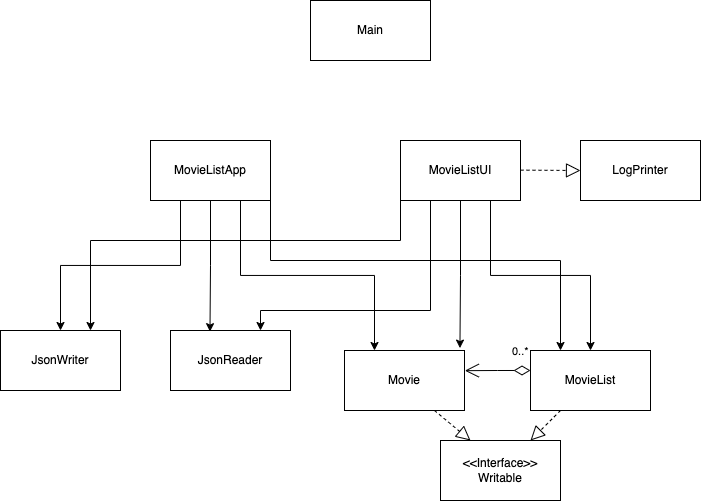
Earlier version of the draw.io export UML_Design_Diagram.png (karinajhingan/Movie-List). Source tidied: cells renumbered, new cells last; positions are measured from the earlier drawing's top-left corner, leaving out a move shared by most shapes.
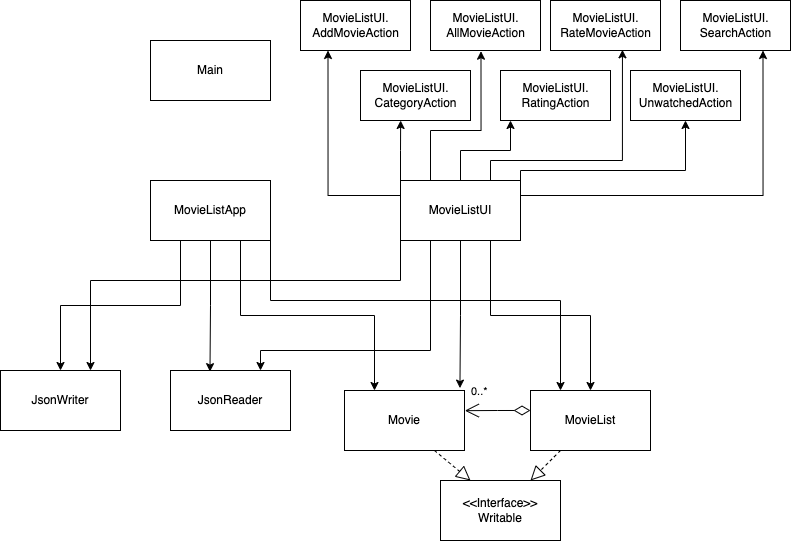
Later version of the same file.

What changed in the source:
```diff
@@ -44,6 +44,44 @@
     <mxCell id="10" style="edgeStyle=orthogonalEdgeStyle;rounded=0;jettySize=auto;html=1;exitX=0.75;exitY=1;exitDx=0;exitDy=0;" parent="1" edge="1" source="11" target="13">
       <mxGeometry relative="1" as="geometry" />
     </mxCell>
+    <mxCell id="23" style="edgeStyle=orthogonalEdgeStyle;rounded=0;jettySize=auto;html=1;exitX=0;exitY=0.25;exitDx=0;exitDy=0;entryX=0.25;entryY=1;entryDx=0;entryDy=0;" parent="1" edge="1" source="11" target="30">
+      <mxGeometry relative="1" as="geometry" />
+    </mxCell>
+    <mxCell id="24" style="edgeStyle=orthogonalEdgeStyle;rounded=0;jettySize=auto;html=1;exitX=0;exitY=0;exitDx=0;exitDy=0;entryX=0.365;entryY=1;entryDx=0;entryDy=0;entryPerimeter=0;" parent="1" edge="1" source="11" target="34">
+      <mxGeometry relative="1" as="geometry" />
+    </mxCell>
+    <mxCell id="25" style="edgeStyle=orthogonalEdgeStyle;rounded=0;jettySize=auto;html=1;exitX=0.25;exitY=0;exitDx=0;exitDy=0;entryX=0.459;entryY=1.014;entryDx=0;entryDy=0;entryPerimeter=0;" parent="1" edge="1" source="11" target="31">
+      <mxGeometry relative="1" as="geometry">
+        <Array as="points">
+          <mxPoint x="430" y="90" />
+          <mxPoint x="481" y="90" />
+        </Array>
+      </mxGeometry>
+    </mxCell>
+    <mxCell id="26" style="edgeStyle=orthogonalEdgeStyle;rounded=0;jettySize=auto;html=1;exitX=0.5;exitY=0;exitDx=0;exitDy=0;" parent="1" edge="1" source="11">
+      <mxGeometry relative="1" as="geometry">
+        <mxPoint x="510" y="80" as="targetPoint" />
+      </mxGeometry>
+    </mxCell>
+    <mxCell id="27" style="edgeStyle=orthogonalEdgeStyle;rounded=0;jettySize=auto;html=1;exitX=0.75;exitY=0;exitDx=0;exitDy=0;entryX=0.654;entryY=0.986;entryDx=0;entryDy=0;entryPerimeter=0;" parent="1" edge="1" source="11" target="32">
+      <mxGeometry relative="1" as="geometry">
+        <Array as="points">
+          <mxPoint x="490" y="120" />
+          <mxPoint x="622" y="120" />
+        </Array>
+      </mxGeometry>
+    </mxCell>
+    <mxCell id="28" style="edgeStyle=orthogonalEdgeStyle;rounded=0;jettySize=auto;html=1;exitX=1;exitY=0;exitDx=0;exitDy=0;" parent="1" edge="1" source="11" target="35">
+      <mxGeometry relative="1" as="geometry">
+        <Array as="points">
+          <mxPoint x="520" y="130" />
+          <mxPoint x="685" y="130" />
+        </Array>
+      </mxGeometry>
+    </mxCell>
+    <mxCell id="29" style="edgeStyle=orthogonalEdgeStyle;rounded=0;jettySize=auto;html=1;exitX=1;exitY=0.25;exitDx=0;exitDy=0;entryX=0.75;entryY=1;entryDx=0;entryDy=0;" parent="1" edge="1" source="11" target="33">
+      <mxGeometry relative="1" as="geometry" />
+    </mxCell>
     <mxCell id="11" value="MovieListUI" style="rounded=0;whiteSpace=wrap;html=1;" parent="1" vertex="1">
       <mxGeometry x="400" y="140" width="120" height="60" as="geometry" />
     </mxCell>
@@ -63,7 +101,7 @@
       <mxGeometry y="330" width="120" height="60" as="geometry" />
     </mxCell>
     <mxCell id="17" value="Main" style="rounded=0;whiteSpace=wrap;html=1;" parent="1" vertex="1">
-      <mxGeometry x="310" width="120" height="60" as="geometry" />
+      <mxGeometry x="150" width="120" height="60" as="geometry" />
     </mxCell>
     <mxCell id="18" style="endArrow=block;dashed=1;endFill=0;endSize=12;html=1;rounded=0;entryX=0.75;entryY=0;entryDx=0;entryDy=0;exitX=0.25;exitY=1;exitDx=0;exitDy=0;" parent="1" edge="1" source="13" target="14">
       <mxGeometry relative="1" as="geometry" />
@@ -72,16 +110,28 @@
       <mxGeometry relative="1" as="geometry" />
     </mxCell>
     <mxCell id="20" value="0..*" style="endArrow=open;html=1;endSize=12;startArrow=diamondThin;startSize=14;startFill=0;edgeStyle=orthogonalEdgeStyle;align=left;verticalAlign=bottom;rounded=0;exitX=0;exitY=0.333;exitDx=0;exitDy=0;exitPerimeter=0;entryX=1.003;entryY=0.336;entryDx=0;entryDy=0;entryPerimeter=0;" parent="1" edge="1" source="13" target="12">
-      <mxGeometry x="-0.39" y="-10" relative="1" as="geometry" />
+      <mxGeometry x="0.83" y="-10" relative="1" as="geometry" />
     </mxCell>
-    <mxCell id="21" value="LogPrinter" style="rounded=0;whiteSpace=wrap;html=1;" parent="1" vertex="1">
-      <mxGeometry x="580" y="140" width="120" height="60" as="geometry" />
-    </mxCell>
-    <mxCell id="22" style="endArrow=block;dashed=1;endFill=0;endSize=12;html=1;rounded=0;" parent="1" edge="1">
-      <mxGeometry relative="1" as="geometry">
-        <mxPoint x="520" y="169.6" as="sourcePoint" />
-        <mxPoint x="580" y="170" as="targetPoint" />
-      </mxGeometry>
-    </mxCell>
+    <mxCell id="30" value="MovieListUI.&lt;br&gt;AddMovieAction" style="html=1;" parent="1" vertex="1">
+      <mxGeometry x="300" y="-40" width="110" height="50" as="geometry" />
+    </mxCell>
+    <mxCell id="31" value="MovieListUI.&lt;br&gt;AllMovieAction" style="html=1;" parent="1" vertex="1">
+      <mxGeometry x="430" y="-40" width="110" height="50" as="geometry" />
+    </mxCell>
+    <mxCell id="32" value="MovieListUI.&lt;br&gt;RateMovieAction" style="html=1;" parent="1" vertex="1">
+      <mxGeometry x="550" y="-40" width="110" height="50" as="geometry" />
+    </mxCell>
+    <mxCell id="33" value="MovieListUI.&lt;br&gt;SearchAction" style="html=1;" parent="1" vertex="1">
+      <mxGeometry x="680" y="-40" width="110" height="50" as="geometry" />
+    </mxCell>
+    <mxCell id="34" value="MovieListUI.&lt;br&gt;CategoryAction" style="html=1;" parent="1" vertex="1">
+      <mxGeometry x="360" y="30" width="110" height="50" as="geometry" />
+    </mxCell>
+    <mxCell id="35" value="MovieListUI.&lt;br&gt;UnwatchedAction" style="html=1;" parent="1" vertex="1">
+      <mxGeometry x="630" y="30" width="110" height="50" as="geometry" />
+    </mxCell>
+    <mxCell id="36" value="MovieListUI.&lt;br&gt;RatingAction" style="html=1;" parent="1" vertex="1">
+      <mxGeometry x="500" y="30" width="110" height="50" as="geometry" />
+    </mxCell>
   </root>
 </mxGraphModel>
```
